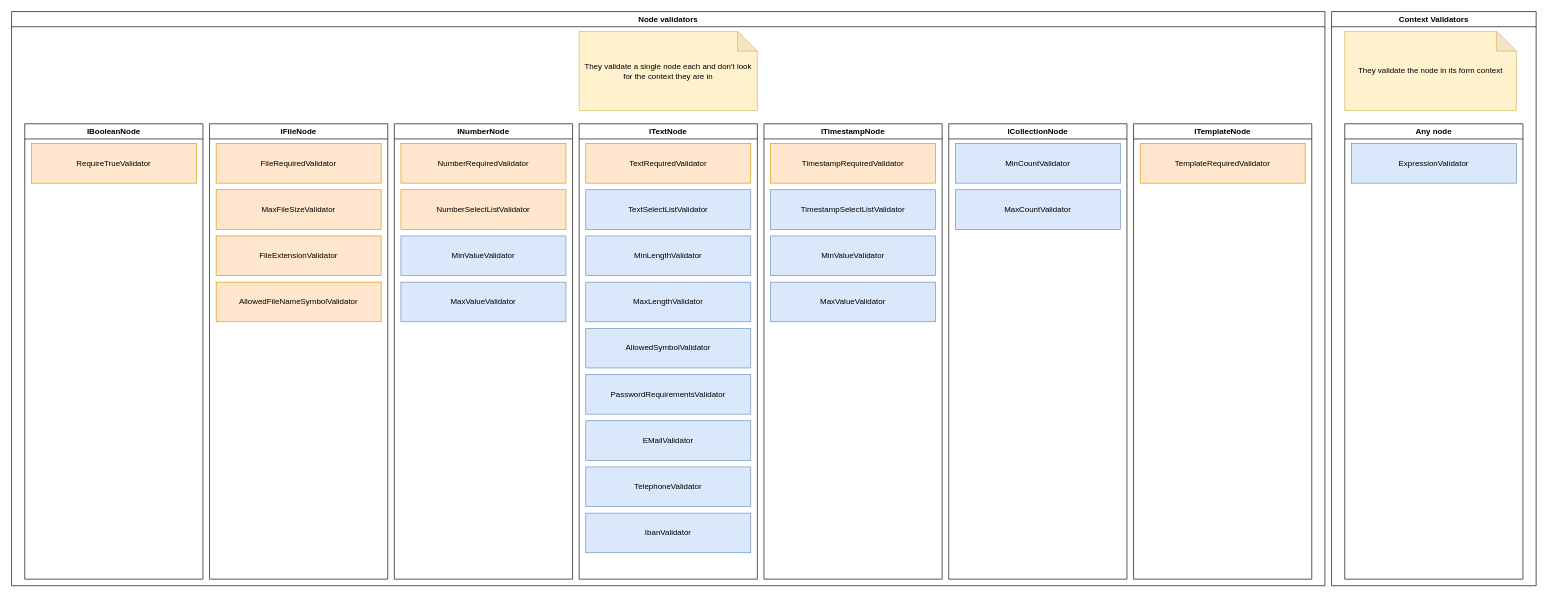
Above: doc/forms-concept/validators.drawio in RGXStorm281/common (draw.io), before the change. Source tidied: cells renumbered, new cells numbered last; positions are measured from the earlier drawing's top-left corner, leaving out a move shared by most shapes. Both pictures are drawn from the tidied source at 66%, with x=0, y=0 at pixel (11, 11).
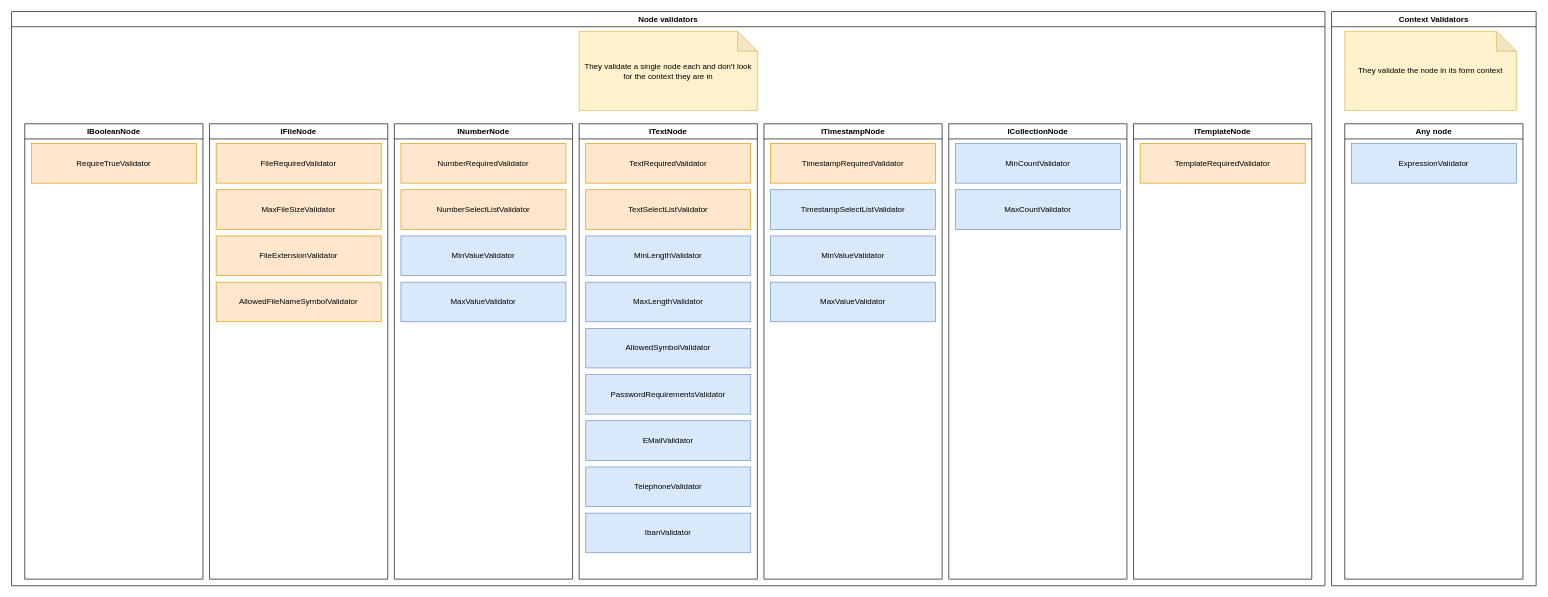
After the change.

Commit message (it also covers changes not shown here):
Tests for (dependent) text select list validator

The change refers to these unchanged cells:
```xml
<mxCell id="16" value="ITextNode" style="swimlane;whiteSpace=wrap;html=1;" parent="2" vertex="1">
  <mxGeometry x="860" y="170" width="270" height="690" as="geometry" />
</mxCell>
```

Diff of the diagram source:
```diff
@@
-    <mxCell id="25" value="Text&lt;span style=&quot;background-color: transparent; color: light-dark(rgb(0, 0, 0), rgb(255, 255, 255));&quot;&gt;SelectListValidator&lt;/span&gt;" style="rounded=0;whiteSpace=wrap;html=1;fillColor=#dae8fc;strokeColor=#6c8ebf;" parent="16" vertex="1">
+    <mxCell id="25" value="Text&lt;span style=&quot;background-color: transparent; color: light-dark(rgb(0, 0, 0), rgb(255, 255, 255));&quot;&gt;SelectListValidator&lt;/span&gt;" style="rounded=0;whiteSpace=wrap;html=1;fillColor=#ffe6cc;strokeColor=#d79b00;" parent="16" vertex="1">
       <mxGeometry x="10" y="100" width="250" height="60" as="geometry" />
     </mxCell>
```
